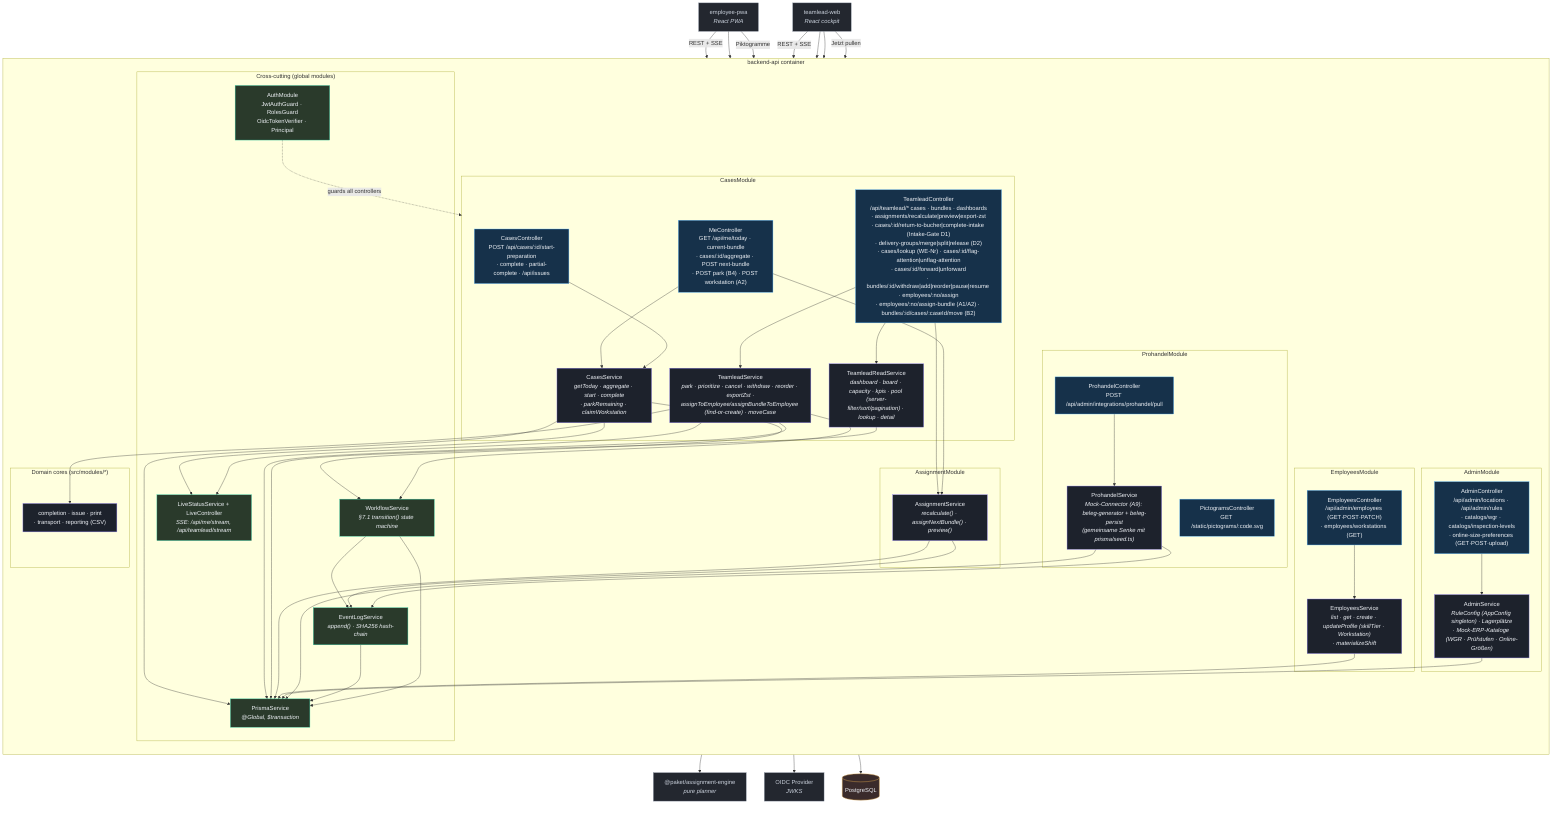
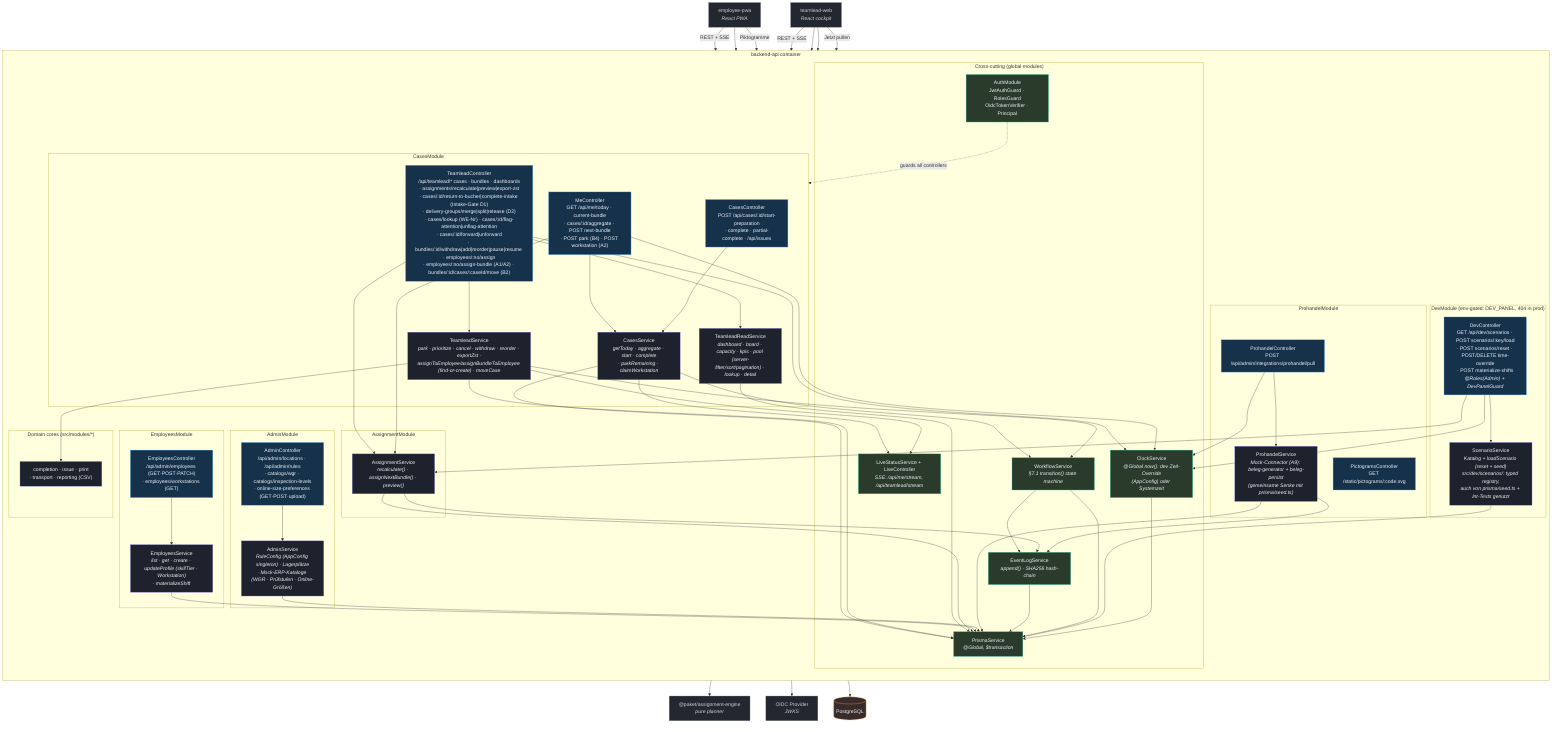
%% C4 Level 3 — Components: backend-api (NestJS on Fastify)
%% Verified against apps/backend-api/src/* (app.module.ts, cases/, assignment/, employees/,
- %% admin/, prohandel/, workflow/, events/, live/, auth/, prisma/, health/, openapi/).
+ %% admin/, prohandel/, workflow/, events/, live/, auth/, prisma/, clock/, dev/, health/, openapi/).
flowchart TB
    classDef ctrl fill:#16314a,stroke:#56b6ff,color:#eef1f6;
    classDef svc fill:#1d222c,stroke:#8b7cf6,color:#eef1f6;
    classDef cross fill:#2a3a2b,stroke:#2dd4a7,color:#eef1f6;
    classDef ext fill:#23272f,stroke:#7c8696,color:#cbd2dd;
    classDef store fill:#3a2b2b,stroke:#f5b955,color:#eef1f6;

    pwa["employee-pwa<br/><i>React PWA</i>"]:::ext
    web["teamlead-web<br/><i>React cockpit</i>"]:::ext
    oidc["OIDC Provider<br/><i>JWKS</i>"]:::ext
    db[("PostgreSQL")]:::store
    enginePkg["@paket/assignment-engine<br/><i>pure planner</i>"]:::ext

    subgraph api["backend-api container"]
        direction TB

        subgraph crosscut["Cross-cutting (global modules)"]
            auth["AuthModule<br/>JwtAuthGuard · RolesGuard<br/>OidcTokenVerifier · Principal"]:::cross
            prisma["PrismaService<br/><i>@Global, $transaction</i>"]:::cross
            events["EventLogService<br/><i>append() · SHA256 hash-chain</i>"]:::cross
            workflow["WorkflowService<br/><i>§7.1 transition() state machine</i>"]:::cross
            live["LiveStatusService + LiveController<br/><i>SSE: /api/me/stream, /api/teamlead/stream</i>"]:::cross
+             clock["ClockService<br/><i>@Global now(): dev Zeit-Override<br/>(AppConfig) oder Systemzeit</i>"]:::cross
        end

        subgraph cases["CasesModule"]
            meCtrl["MeController<br/>GET /api/me/today · current-bundle<br/>· cases/:id/aggregate · POST next-bundle<br/>· POST park (B4) · POST workstation (A2)"]:::ctrl
            casesCtrl["CasesController<br/>POST /api/cases/:id/start-preparation<br/>· complete · partial-complete · /api/issues"]:::ctrl
            tlCtrl["TeamleadController<br/>/api/teamlead/* cases · bundles · dashboards<br/>· assignments/recalculate|preview|export-zst<br/>· cases/:id/return-to-bucher|complete-intake (Intake-Gate D1)<br/>· delivery-groups/merge|split|release (D2)<br/>· cases/lookup (WE-Nr) · cases/:id/flag-attention|unflag-attention<br/>· cases/:id/forward|unforward<br/>· bundles/:id/withdraw|add|reorder|pause|resume · employees/:no/assign<br/>· employees/:no/assign-bundle (A1/A2) · bundles/:id/cases/:caseId/move (B2)"]:::ctrl
            casesSvc["CasesService<br/><i>getToday · aggregate · start · complete<br/>· parkRemaining · claimWorkstation</i>"]:::svc
            tlSvc["TeamleadService<br/><i>park · prioritize · cancel · withdraw · reorder · exportZst ·<br/>assignToEmployee/assignBundleToEmployee (find-or-create) · moveCase</i>"]:::svc
            tlRead["TeamleadReadService<br/><i>dashboard · board · capacity · kpis · pool (server-filter/sort/pagination) · lookup · detail</i>"]:::svc
        end

        subgraph assignment["AssignmentModule"]
            asgSvc["AssignmentService<br/><i>recalculate() · assignNextBundle() · preview()</i>"]:::svc
        end

        subgraph empl["EmployeesModule"]
            emplCtrl["EmployeesController<br/>/api/admin/employees (GET·POST·PATCH)<br/>· employees/workstations (GET)"]:::ctrl
            emplSvc["EmployeesService<br/><i>list · get · create · updateProfile (skillTier · Workstation)<br/>· materializeShift</i>"]:::svc
        end

        subgraph adminMod["AdminModule"]
            adminCtrl["AdminController<br/>/api/admin/locations · /api/admin/rules<br/>· catalogs/wgr · catalogs/inspection-levels<br/>· online-size-preferences (GET·POST·upload)"]:::ctrl
            adminSvc["AdminService<br/><i>RuleConfig (AppConfig singleton) · Lagerplätze<br/>· Mock-ERP-Kataloge (WGR · Prüfstufen · Online-Größen)</i>"]:::svc
        end

        subgraph prohandel["ProhandelModule"]
            phCtrl["ProhandelController<br/>POST /api/admin/integrations/prohandel/pull"]:::ctrl
            pictoCtrl["PictogramsController<br/>GET /static/pictograms/:code.svg"]:::ctrl
            phSvc["ProhandelService<br/><i>Mock-Connector (A9): beleg-generator + beleg-persist<br/>(gemeinsame Senke mit prisma/seed.ts)</i>"]:::svc
        end

+         subgraph devMod["DevModule (env-gated: DEV_PANEL, 404 in prod)"]
+             devCtrl["DevController<br/>GET /api/dev/scenarios · POST scenarios/:key/load<br/>· POST scenarios/reset · POST/DELETE time-override<br/>· POST materialize-shifts<br/><i>@Roles(Admin) + DevPanelGuard</i>"]:::ctrl
+             scenSvc["ScenarioService<br/><i>Katalog + loadScenario (reset + seed)<br/>src/dev/scenarios/: typed registry,<br/>auch von prisma/seed.ts + Int-Tests genutzt</i>"]:::svc
+         end
+ 
        subgraph dom["Domain cores (src/modules/*)"]
            mods["completion · issue · print<br/>· transport · reporting (CSV)"]:::svc
        end
    end

    pwa -->|"REST + SSE"| meCtrl
    pwa --> casesCtrl
    pwa -->|"Piktogramme"| pictoCtrl
    web -->|"REST + SSE"| tlCtrl
    web --> emplCtrl
    web --> adminCtrl
    web -->|"Jetzt pullen"| phCtrl

    meCtrl --> casesSvc
    casesCtrl --> casesSvc
    tlCtrl --> tlSvc
    tlCtrl --> tlRead
    tlCtrl --> asgSvc
    meCtrl --> asgSvc
    emplCtrl --> emplSvc
    adminCtrl --> adminSvc
    phCtrl --> phSvc
+     devCtrl --> scenSvc
+     devCtrl --> asgSvc
+     tlCtrl --> clock
+     meCtrl --> clock
+     phCtrl --> clock
+     devCtrl --> clock

    casesSvc --> workflow
    tlSvc --> workflow
    workflow --> events
    casesSvc --> live
    tlSvc --> live
    asgSvc --> enginePkg
    asgSvc --> events
    phSvc --> events
    tlSvc --> mods

    auth -. "guards all controllers" .-> cases
    auth --> oidc
    casesSvc --> prisma
    tlSvc --> prisma
    tlRead --> prisma
    asgSvc --> prisma
    emplSvc --> prisma
    adminSvc --> prisma
    phSvc --> prisma
    events --> prisma
    workflow --> prisma
+     scenSvc --> prisma
+     clock --> prisma
    prisma --> db
